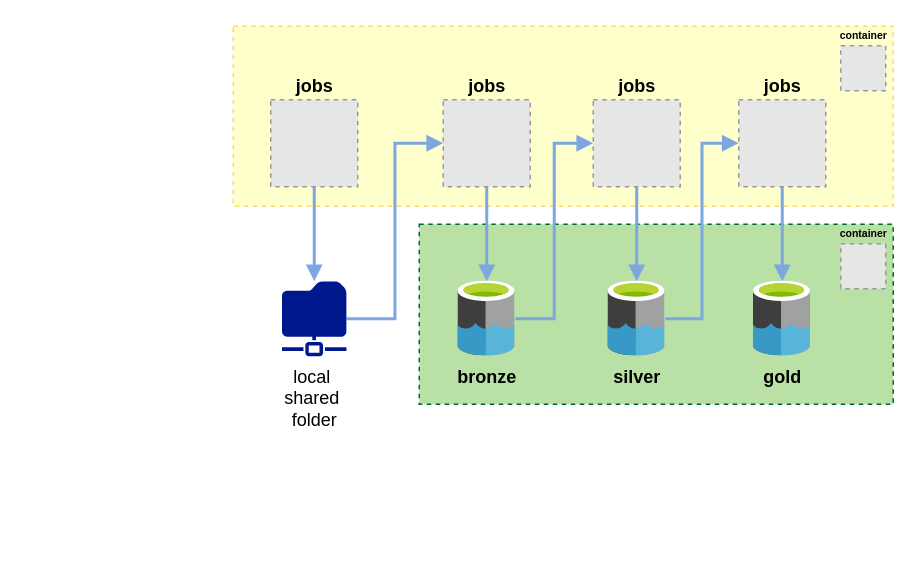
Earlier version of the draw.io diagram Untitled Diagram.drawio (aclaraujo/stone). Source tidied: cells renumbered, new cells numbered last; positions are measured from the earlier drawing's top-left corner, leaving out a move shared by most shapes. Both pictures are drawn from the tidied source at 150%, with x=0, y=0 at pixel (232, 26). Pictures stored in the file or linked from it are replaced by grey dashed boxes.
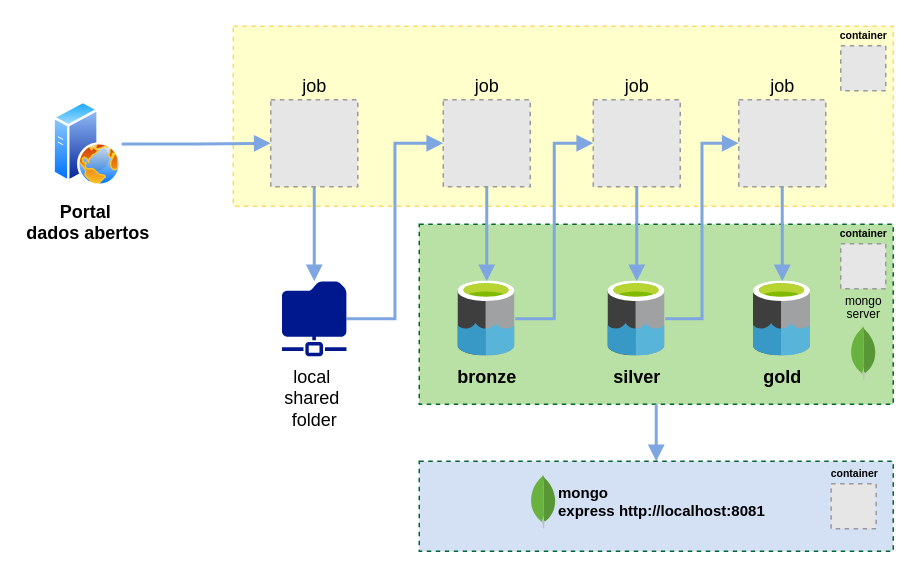
After the change.

Unchanged cells that the change refers to:
```xml
<mxCell id="3" style="rounded=0;whiteSpace=wrap;html=1;fontFamily=Helvetica;fontSize=11;fontColor=default;labelBackgroundColor=default;fillColor=#B9E0A5;strokeColor=#006633;dashed=1;" parent="1" vertex="1">
  <mxGeometry x="124" y="132" width="316" height="120" as="geometry" />
</mxCell>
```

Diff of the diagram source:
```diff
@@
-    <mxCell id="10" value="jobs" style="fillColor=#E6E6E6;strokeColor=#999999;dashed=1;html=1;verticalAlign=bottom;verticalLabelPosition=top;labelBackgroundColor=none;labelPosition=center;align=center;fontStyle=1;" parent="1" vertex="1">
+    <mxCell id="10" value="job" style="fillColor=#E6E6E6;strokeColor=#999999;dashed=1;html=1;verticalAlign=bottom;verticalLabelPosition=top;labelBackgroundColor=none;labelPosition=center;align=center;fontStyle=0;" parent="1" vertex="1">
       <mxGeometry x="140" y="49" width="58" height="58" as="geometry" />
     </mxCell>
@@
-    <mxCell id="12" value="jobs" style="fillColor=#E6E6E6;strokeColor=#999999;dashed=1;html=1;verticalAlign=bottom;verticalLabelPosition=top;labelBackgroundColor=none;labelPosition=center;align=center;fontStyle=1;" parent="1" vertex="1">
+    <mxCell id="12" value="job" style="fillColor=#E6E6E6;strokeColor=#999999;dashed=1;html=1;verticalAlign=bottom;verticalLabelPosition=top;labelBackgroundColor=none;labelPosition=center;align=center;fontStyle=0;" parent="1" vertex="1">
       <mxGeometry x="240" y="49" width="58" height="58" as="geometry" />
     </mxCell>
@@
-    <mxCell id="14" value="jobs" style="fillColor=#E6E6E6;strokeColor=#999999;dashed=1;html=1;verticalAlign=bottom;verticalLabelPosition=top;labelBackgroundColor=none;labelPosition=center;align=center;fontStyle=1;" parent="1" vertex="1">
+    <mxCell id="14" value="job" style="fillColor=#E6E6E6;strokeColor=#999999;dashed=1;html=1;verticalAlign=bottom;verticalLabelPosition=top;labelBackgroundColor=none;labelPosition=center;align=center;fontStyle=0;" parent="1" vertex="1">
       <mxGeometry x="337" y="49" width="58" height="58" as="geometry" />
     </mxCell>
@@
-    <mxCell id="16" value="jobs" style="fillColor=#E6E6E6;strokeColor=#999999;dashed=1;html=1;verticalAlign=bottom;verticalLabelPosition=top;labelBackgroundColor=none;labelPosition=center;align=center;fontStyle=1;" parent="1" vertex="1">
+    <mxCell id="16" value="job" style="fillColor=#E6E6E6;strokeColor=#999999;dashed=1;html=1;verticalAlign=bottom;verticalLabelPosition=top;labelBackgroundColor=none;labelPosition=center;align=center;fontStyle=0;" parent="1" vertex="1">
       <mxGeometry x="25" y="49" width="58" height="58" as="geometry" />
     </mxCell>
@@
+    <mxCell id="21" value="mongo&lt;div style=&quot;font-size: 8px;&quot;&gt;server&lt;/div&gt;" style="dashed=0;html=1;align=center;labelPosition=center;verticalLabelPosition=top;verticalAlign=bottom;shape=mxgraph.weblogos.mongodb;fontSize=8;" parent="1" vertex="1">
+      <mxGeometry x="411.4" y="199.8" width="17.3" height="36.2" as="geometry" />
+    </mxCell>
+    <mxCell id="22" style="edgeStyle=orthogonalEdgeStyle;rounded=0;jettySize=auto;html=1;entryX=0;entryY=0.5;entryDx=0;entryDy=0;strokeColor=#7EA6E0;strokeWidth=2;align=center;verticalAlign=middle;fontFamily=Helvetica;fontSize=11;fontColor=default;labelBackgroundColor=default;endArrow=block;endFill=1;fillColor=#dae8fc;" parent="1" edge="1" source="23" target="16">
+      <mxGeometry relative="1" as="geometry" />
+    </mxCell>
+    <mxCell id="23" value="Portal&amp;nbsp;&lt;div&gt;dados abertos&lt;/div&gt;" style="image;perimeter=ellipsePerimeter;html=1;align=center;shadow=0;dashed=0;spacingTop=3;image=img/lib/active_directory/web_server.svg;fontStyle=1;" parent="1" vertex="1">
+      <mxGeometry x="-120" y="50" width="45.6" height="57" as="geometry" />
+    </mxCell>
+    <mxCell id="24" style="edgeStyle=orthogonalEdgeStyle;rounded=0;jettySize=auto;html=1;entryX=0.5;entryY=1;entryDx=0;entryDy=0;strokeColor=#7EA6E0;strokeWidth=2;align=center;verticalAlign=middle;fontFamily=Helvetica;fontSize=11;fontColor=default;labelBackgroundColor=default;endArrow=none;endFill=0;fillColor=#dae8fc;startArrow=block;startFill=1;" parent="1" edge="1" source="25" target="3">
+      <mxGeometry relative="1" as="geometry" />
+    </mxCell>
+    <mxCell id="25" style="rounded=0;whiteSpace=wrap;html=1;fontFamily=Helvetica;fontSize=11;fontColor=default;labelBackgroundColor=default;fillColor=#D4E1F5;strokeColor=#006633;dashed=1;" parent="1" vertex="1">
+      <mxGeometry x="124" y="290" width="316" height="60" as="geometry" />
+    </mxCell>
+    <mxCell id="26" value="mongo&lt;div style=&quot;font-size: 10px;&quot;&gt;express http://localhost:8081&lt;/div&gt;" style="dashed=0;html=1;align=left;labelPosition=right;verticalLabelPosition=middle;verticalAlign=middle;shape=mxgraph.weblogos.mongodb;fontSize=10;fontStyle=1;" parent="1" vertex="1">
+      <mxGeometry x="198" y="298.8" width="17.3" height="36.2" as="geometry" />
+    </mxCell>
+    <mxCell id="27" value="container" style="fillColor=#E6E6E6;strokeColor=#999999;dashed=1;html=1;verticalAlign=bottom;verticalLabelPosition=top;labelBackgroundColor=none;fontFamily=Helvetica;fontSize=7;fontColor=default;labelPosition=center;align=center;fontStyle=1;" parent="1" vertex="1">
+      <mxGeometry x="398.6" y="305" width="30" height="30" as="geometry" />
+    </mxCell>
```
